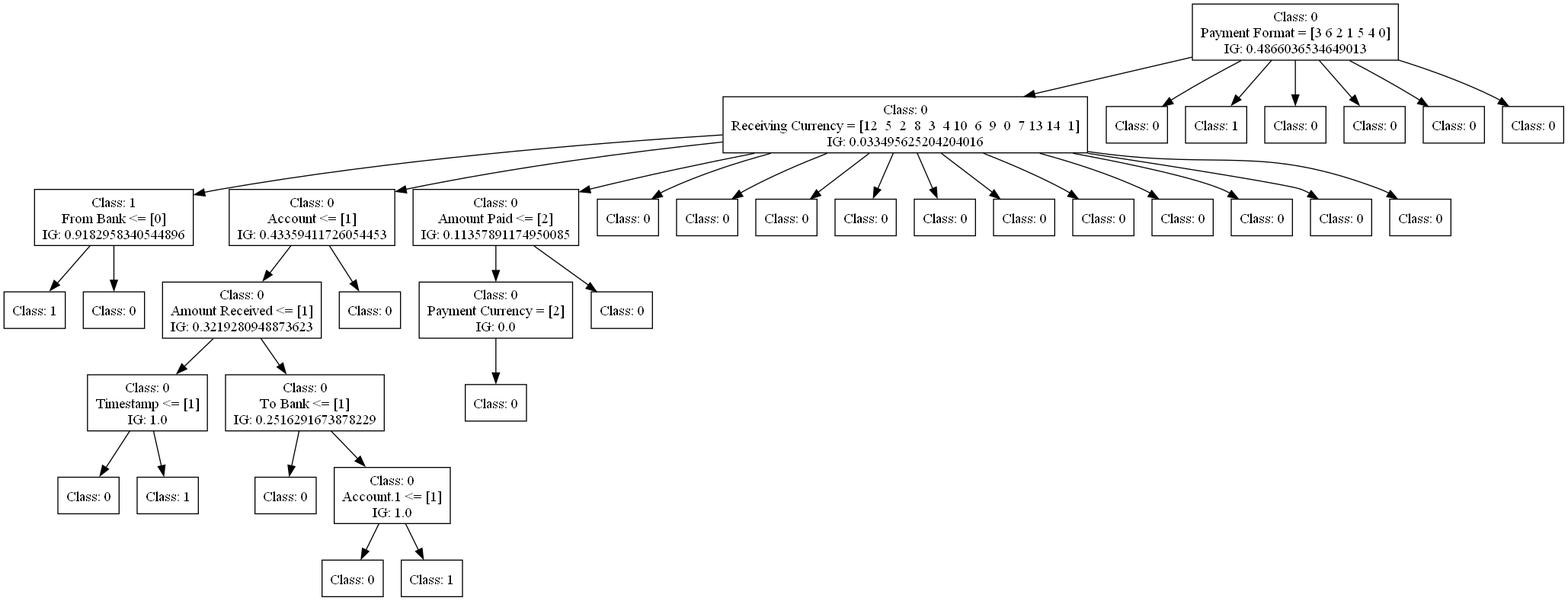
Before: dot_figs/tree-id3-undersampling-2.png, a diagram exported from Graphviz (FedericoBruzzone/anti-money-laundering). Its source is kept beside it as dot_figs/tree-id3-undersampling-2.dot. Its diagram source:
```dot
digraph DecisionTree {
	rankdir=TD;
	node [shape=box];
	2336868472944 [label="Class: 0
Payment Format = [3 6 2 1 5 4 0]
IG: 0.4866036534649013"];
	2336869725568 [label="Class: 0
Receiving Currency = [12  5  2  8  3  4 10  6  9  0  7 13 14  1]
IG: 0.033495625204204016"];
	2336868472944 -> 2336869725568;
	2337506088832 [label="Class: 1
From Bank <= [0]
IG: 0.9182958340544896"];
	2336869725568 -> 2337506088832;
	2337506095216 [label="Class: 1
"];
	2337506088832 -> 2337506095216;
	2337506095648 [label="Class: 0
"];
	2337506088832 -> 2337506095648;
	2337506083168 [label="Class: 0
Account <= [1]
IG: 0.43359411726054453"];
	2336869725568 -> 2337506083168;
	2337506096464 [label="Class: 0
Amount Received <= [1]
IG: 0.3219280948873623"];
	2337506083168 -> 2337506096464;
	2337536741232 [label="Class: 0
Timestamp <= [1]
IG: 1.0"];
	2337506096464 -> 2337536741232;
	2337536744544 [label="Class: 0
"];
	2337536741232 -> 2337536744544;
	2337536744976 [label="Class: 1
"];
	2337536741232 -> 2337536744976;
	2337536741664 [label="Class: 0
To Bank <= [1]
IG: 0.2516291673878229"];
	2337506096464 -> 2337536741664;
	2337536747280 [label="Class: 0
"];
	2337536741664 -> 2337536747280;
	2337536747712 [label="Class: 0
Account.1 <= [1]
IG: 1.0"];
	2337536741664 -> 2337536747712;
	2337536749488 [label="Class: 0
"];
	2337536747712 -> 2337536749488;
	2337536749920 [label="Class: 1
"];
	2337536747712 -> 2337536749920;
	2337506096704 [label="Class: 0
"];
	2337506083168 -> 2337506096704;
	2337506088736 [label="Class: 0
Amount Paid <= [2]
IG: 0.11357891174950085"];
	2336869725568 -> 2337506088736;
	2337536751552 [label="Class: 0
Payment Currency = [2]
IG: 0.0"];
	2337506088736 -> 2337536751552;
	2337536751984 [label="Class: 0
"];
	2337536751552 -> 2337536751984;
	2337536751744 [label="Class: 0
"];
	2337506088736 -> 2337536751744;
	2337506088256 [label="Class: 0
"];
	2336869725568 -> 2337506088256;
	2337506088640 [label="Class: 0
"];
	2336869725568 -> 2337506088640;
	2337506084656 [label="Class: 0
"];
	2336869725568 -> 2337506084656;
	2337506087632 [label="Class: 0
"];
	2336869725568 -> 2337506087632;
	2337506088928 [label="Class: 0
"];
	2336869725568 -> 2337506088928;
	2337506089120 [label="Class: 0
"];
	2336869725568 -> 2337506089120;
	2337506089504 [label="Class: 0
"];
	2336869725568 -> 2337506089504;
	2337506089648 [label="Class: 0
"];
	2336869725568 -> 2337506089648;
	2337506089792 [label="Class: 0
"];
	2336869725568 -> 2337506089792;
	2337506089936 [label="Class: 0
"];
	2336869725568 -> 2337506089936;
	2337506090080 [label="Class: 0
"];
	2336869725568 -> 2337506090080;
	2336869725904 [label="Class: 0
"];
	2336868472944 -> 2336869725904;
	2336869723216 [label="Class: 1
"];
	2336868472944 -> 2336869723216;
	2336869722256 [label="Class: 0
"];
	2336868472944 -> 2336869722256;
	2336869723120 [label="Class: 0
"];
	2336868472944 -> 2336869723120;
	2336869724800 [label="Class: 0
"];
	2336868472944 -> 2336869724800;
	2336869724944 [label="Class: 0
"];
	2336868472944 -> 2336869724944;
}
```
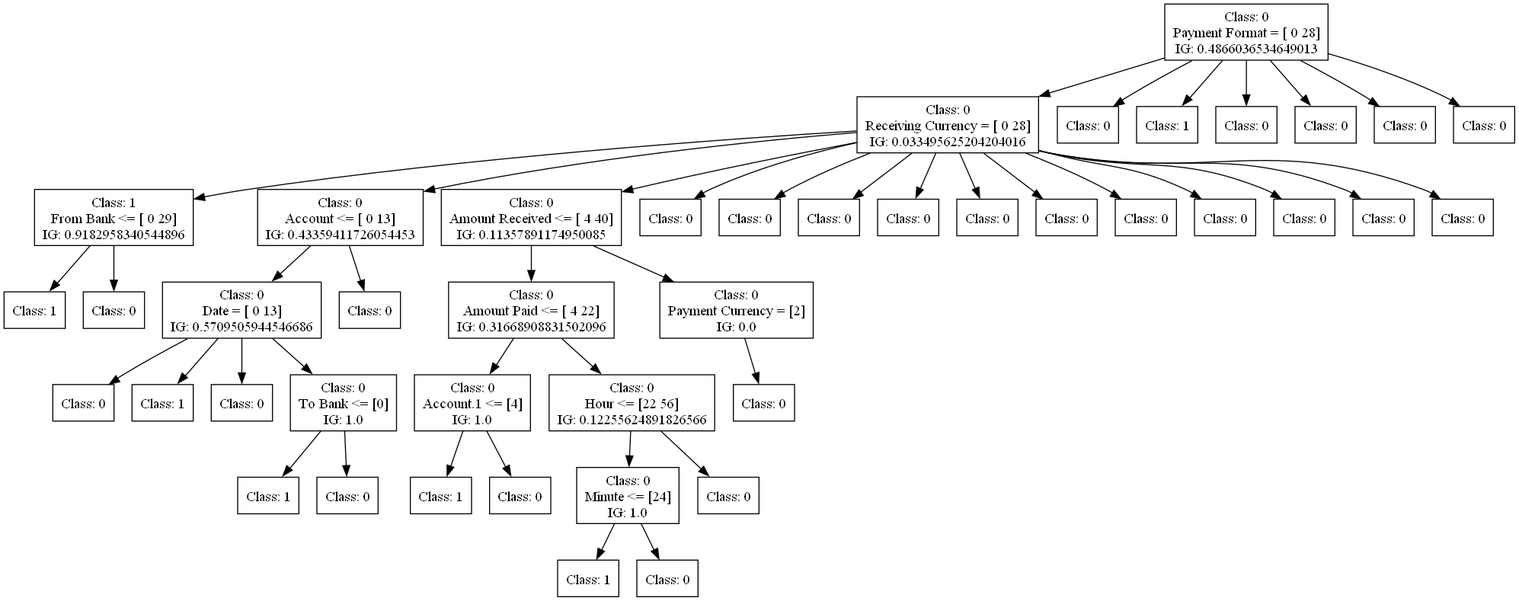
Later version of the same file.

The edit, as a diff of the source:
```diff
@@ -1,124 +1,144 @@
 digraph DecisionTree {
 	rankdir=TD;
 	node [shape=box];
-	2336868472944 [label="Class: 0
-Payment Format = [3 6 2 1 5 4 0]
+	1901316565712 [label="Class: 0
+Payment Format = [ 0 28]
 IG: 0.4866036534649013"];
-	2336869725568 [label="Class: 0
-Receiving Currency = [12  5  2  8  3  4 10  6  9  0  7 13 14  1]
+	1903594353232 [label="Class: 0
+Receiving Currency = [ 0 28]
 IG: 0.033495625204204016"];
-	2336868472944 -> 2336869725568;
-	2337506088832 [label="Class: 1
-From Bank <= [0]
+	1901316565712 -> 1903594353232;
+	1903594343344 [label="Class: 1
+From Bank <= [ 0 29]
 IG: 0.9182958340544896"];
-	2336869725568 -> 2337506088832;
-	2337506095216 [label="Class: 1
+	1903594353232 -> 1903594343344;
+	1903594343872 [label="Class: 1
 "];
-	2337506088832 -> 2337506095216;
-	2337506095648 [label="Class: 0
+	1903594343344 -> 1903594343872;
+	1903594342816 [label="Class: 0
 "];
-	2337506088832 -> 2337506095648;
-	2337506083168 [label="Class: 0
-Account <= [1]
+	1903594343344 -> 1903594342816;
+	1903594356160 [label="Class: 0
+Account <= [ 0 13]
 IG: 0.43359411726054453"];
-	2336869725568 -> 2337506083168;
-	2337506096464 [label="Class: 0
-Amount Received <= [1]
-IG: 0.3219280948873623"];
-	2337506083168 -> 2337506096464;
-	2337536741232 [label="Class: 0
-Timestamp <= [1]
+	1903594353232 -> 1903594356160;
+	1903594345552 [label="Class: 0
+Date = [ 0 13]
+IG: 0.5709505944546686"];
+	1903594356160 -> 1903594345552;
+	1903594344832 [label="Class: 0
+"];
+	1903594345552 -> 1903594344832;
+	1903594356352 [label="Class: 1
+"];
+	1903594345552 -> 1903594356352;
+	1903594341184 [label="Class: 0
+"];
+	1903594345552 -> 1903594341184;
+	1903594345120 [label="Class: 0
+To Bank <= [0]
 IG: 1.0"];
-	2337506096464 -> 2337536741232;
-	2337536744544 [label="Class: 0
+	1903594345552 -> 1903594345120;
+	1903594342528 [label="Class: 1
 "];
-	2337536741232 -> 2337536744544;
-	2337536744976 [label="Class: 1
+	1903594345120 -> 1903594342528;
+	1903594346992 [label="Class: 0
 "];
-	2337536741232 -> 2337536744976;
-	2337536741664 [label="Class: 0
-To Bank <= [1]
-IG: 0.2516291673878229"];
-	2337506096464 -> 2337536741664;
-	2337536747280 [label="Class: 0
+	1903594345120 -> 1903594346992;
+	1903594342000 [label="Class: 0
 "];
-	2337536741664 -> 2337536747280;
-	2337536747712 [label="Class: 0
-Account.1 <= [1]
+	1903594356160 -> 1903594342000;
+	1903594354240 [label="Class: 0
+Amount Received <= [ 4 40]
+IG: 0.11357891174950085"];
+	1903594353232 -> 1903594354240;
+	1903594347328 [label="Class: 0
+Amount Paid <= [ 4 22]
+IG: 0.31668908831502096"];
+	1903594354240 -> 1903594347328;
+	1903594347808 [label="Class: 0
+Account.1 <= [4]
 IG: 1.0"];
-	2337536741664 -> 2337536747712;
-	2337536749488 [label="Class: 0
+	1903594347328 -> 1903594347808;
+	1901687489680 [label="Class: 1
 "];
-	2337536747712 -> 2337536749488;
-	2337536749920 [label="Class: 1
+	1903594347808 -> 1901687489680;
+	1901687491696 [label="Class: 0
 "];
-	2337536747712 -> 2337536749920;
-	2337506096704 [label="Class: 0
+	1903594347808 -> 1901687491696;
+	1903594355728 [label="Class: 0
+Hour <= [22 56]
+IG: 0.12255624891826566"];
+	1903594347328 -> 1903594355728;
+	1901687490160 [label="Class: 0
+Minute <= [24]
+IG: 1.0"];
+	1903594355728 -> 1901687490160;
+	1901687492560 [label="Class: 1
 "];
-	2337506083168 -> 2337506096704;
-	2337506088736 [label="Class: 0
-Amount Paid <= [2]
-IG: 0.11357891174950085"];
-	2336869725568 -> 2337506088736;
-	2337536751552 [label="Class: 0
+	1901687490160 -> 1901687492560;
+	1901687492992 [label="Class: 0
+"];
+	1901687490160 -> 1901687492992;
+	1901687492272 [label="Class: 0
+"];
+	1903594355728 -> 1901687492272;
+	1903594345024 [label="Class: 0
 Payment Currency = [2]
 IG: 0.0"];
-	2337506088736 -> 2337536751552;
-	2337536751984 [label="Class: 0
+	1903594354240 -> 1903594345024;
+	1901687492512 [label="Class: 0
 "];
-	2337536751552 -> 2337536751984;
-	2337536751744 [label="Class: 0
+	1903594345024 -> 1901687492512;
+	1903594342336 [label="Class: 0
 "];
-	2337506088736 -> 2337536751744;
-	2337506088256 [label="Class: 0
+	1903594353232 -> 1903594342336;
+	1903594355296 [label="Class: 0
 "];
-	2336869725568 -> 2337506088256;
-	2337506088640 [label="Class: 0
+	1903594353232 -> 1903594355296;
+	1903594353856 [label="Class: 0
 "];
-	2336869725568 -> 2337506088640;
-	2337506084656 [label="Class: 0
+	1903594353232 -> 1903594353856;
+	1903594350160 [label="Class: 0
 "];
-	2336869725568 -> 2337506084656;
-	2337506087632 [label="Class: 0
+	1903594353232 -> 1903594350160;
+	1903594349536 [label="Class: 0
 "];
-	2336869725568 -> 2337506087632;
-	2337506088928 [label="Class: 0
+	1903594353232 -> 1903594349536;
+	1903594346464 [label="Class: 0
 "];
-	2336869725568 -> 2337506088928;
-	2337506089120 [label="Class: 0
+	1903594353232 -> 1903594346464;
+	1903594355152 [label="Class: 0
 "];
-	2336869725568 -> 2337506089120;
-	2337506089504 [label="Class: 0
+	1903594353232 -> 1903594355152;
+	1903594349632 [label="Class: 0
 "];
-	2336869725568 -> 2337506089504;
-	2337506089648 [label="Class: 0
+	1903594353232 -> 1903594349632;
+	1903594351456 [label="Class: 0
 "];
-	2336869725568 -> 2337506089648;
-	2337506089792 [label="Class: 0
+	1903594353232 -> 1903594351456;
+	1903594354432 [label="Class: 0
 "];
-	2336869725568 -> 2337506089792;
-	2337506089936 [label="Class: 0
+	1903594353232 -> 1903594354432;
+	1903594344544 [label="Class: 0
 "];
-	2336869725568 -> 2337506089936;
-	2337506090080 [label="Class: 0
+	1903594353232 -> 1903594344544;
+	1903594347664 [label="Class: 0
 "];
-	2336869725568 -> 2337506090080;
-	2336869725904 [label="Class: 0
+	1901316565712 -> 1903594347664;
+	1903594343440 [label="Class: 1
 "];
-	2336868472944 -> 2336869725904;
-	2336869723216 [label="Class: 1
+	1901316565712 -> 1903594343440;
+	1903594349968 [label="Class: 0
 "];
-	2336868472944 -> 2336869723216;
-	2336869722256 [label="Class: 0
+	1901316565712 -> 1903594349968;
+	1903594343392 [label="Class: 0
 "];
-	2336868472944 -> 2336869722256;
-	2336869723120 [label="Class: 0
+	1901316565712 -> 1903594343392;
+	1903594353376 [label="Class: 0
 "];
-	2336868472944 -> 2336869723120;
-	2336869724800 [label="Class: 0
+	1901316565712 -> 1903594353376;
+	1903594354048 [label="Class: 0
 "];
-	2336868472944 -> 2336869724800;
-	2336869724944 [label="Class: 0
-"];
-	2336868472944 -> 2336869724944;
+	1901316565712 -> 1903594354048;
 }
```
